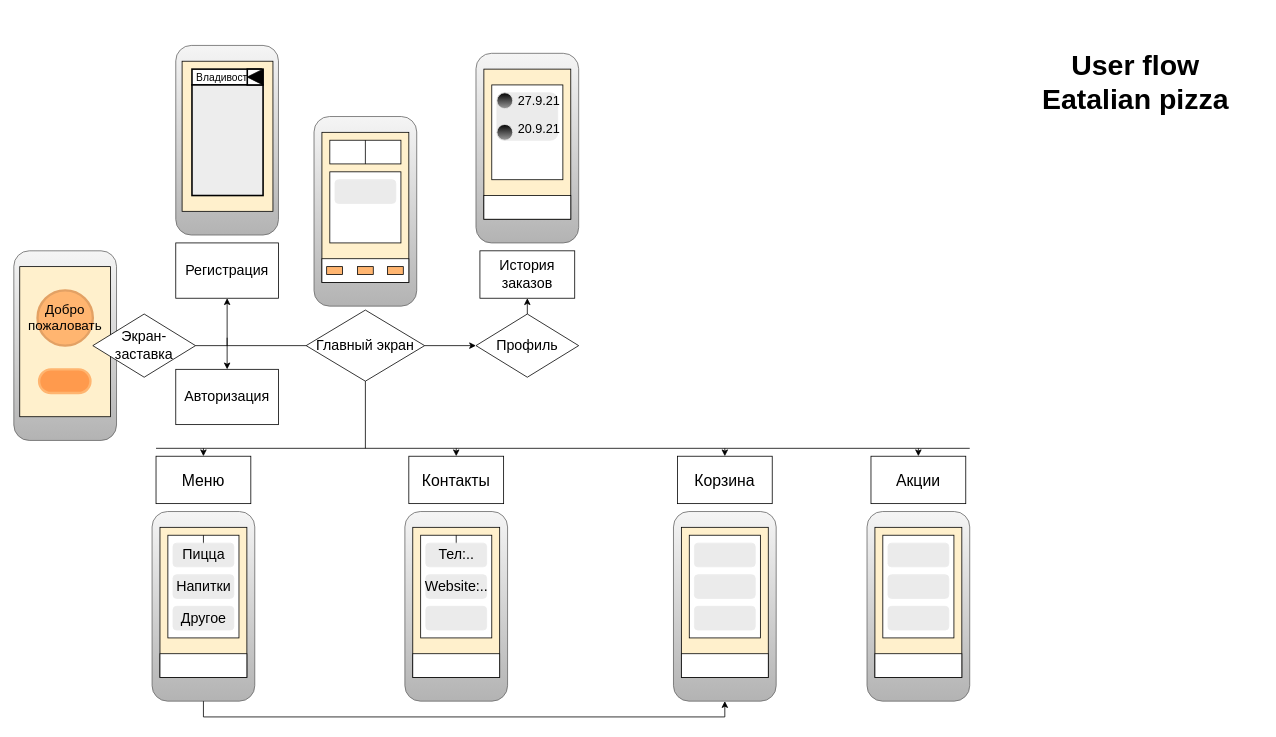
The draw.io diagram user flow.drawio in afnear/2project, before the edit. Source tidied: cells renumbered, new cells numbered last; positions are measured from the earlier drawing's top-left corner, leaving out a move shared by most shapes. Both pictures are drawn from the tidied source at 79%, with x=0, y=0 at pixel (13, 37).
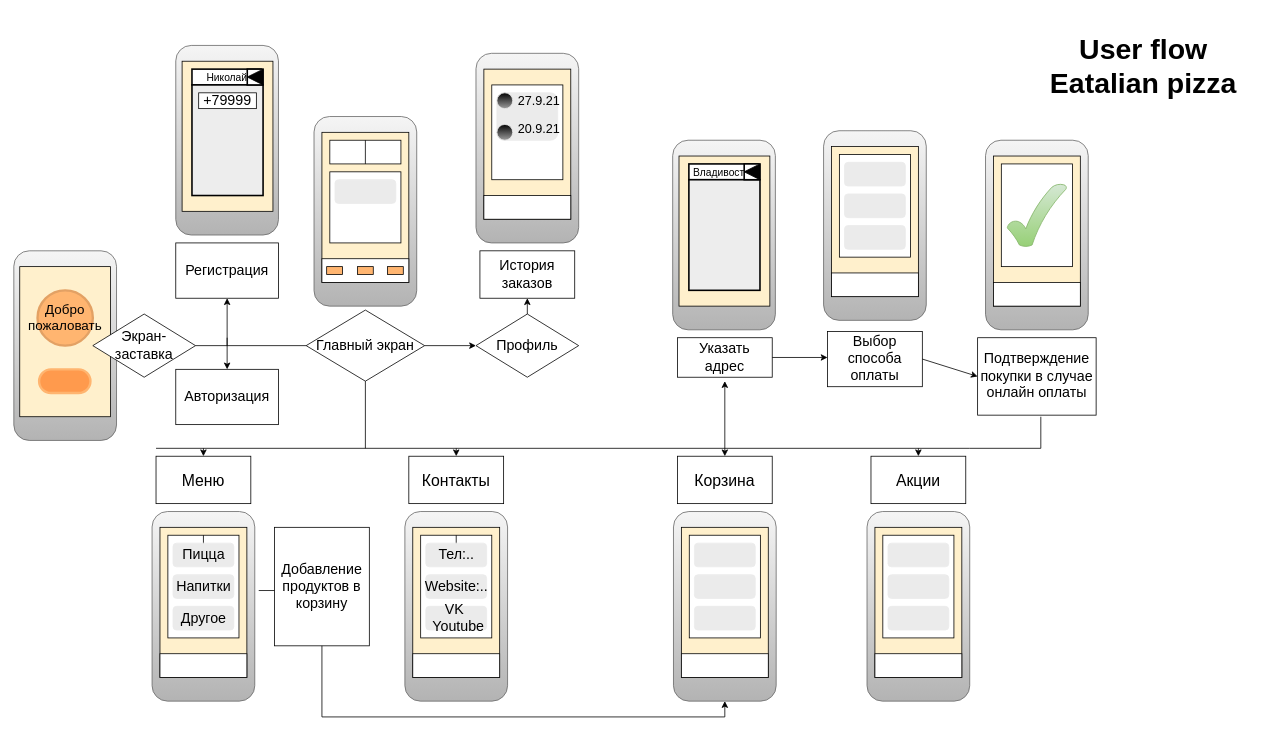
The same page after the edit.

The change refers to these unchanged cells:
```xml
<mxCell id="51" style="rounded=1;whiteSpace=wrap;html=1;fontSize=18;fillColor=#f5f5f5;gradientColor=#b3b3b3;strokeColor=#666666;" parent="50" vertex="1">
  <mxGeometry width="130" height="240" as="geometry" />
</mxCell>
<mxCell id="59" style="group;" parent="1" vertex="1">
  <mxGeometry x="495" y="600" width="130" height="240" as="geometry" />
</mxCell>
<mxCell id="89" style="group;" parent="1" vertex="1">
  <mxGeometry x="1080" y="600" width="130" height="240" as="geometry" />
</mxCell>
```

What changed in the source:
```diff
@@
     <mxCell id="2" style="group;" parent="1" vertex="1">
-      <mxGeometry x="205" y="10" width="130" height="320" as="geometry" />
+      <mxGeometry x="205" y="10" width="140.5" height="320" as="geometry" />
     </mxCell>
@@
-    <mxCell id="4" style="group;" parent="2" vertex="1">
-      <mxGeometry width="130" height="240" as="geometry" />
-    </mxCell>
-    <mxCell id="5" style="rounded=1;whiteSpace=wrap;html=1;fontSize=18;fillColor=#f5f5f5;gradientColor=#b3b3b3;strokeColor=#666666;" parent="4" vertex="1">
-      <mxGeometry width="130" height="240" as="geometry" />
-    </mxCell>
-    <mxCell id="6" style="group;" parent="4" vertex="1">
-      <mxGeometry x="8" y="20" width="115" height="190" as="geometry" />
-    </mxCell>
-    <mxCell id="7" style="rounded=0;whiteSpace=wrap;html=1;fontSize=20;fillColor=#FFF0CC;" parent="6" vertex="1">
-      <mxGeometry width="115" height="190" as="geometry" />
-    </mxCell>
-    <mxCell id="8" style="edgeStyle=orthogonalEdgeStyle;rounded=0;jettySize=auto;html=1;fontSize=18;" parent="6" edge="1" source="9" target="10">
-      <mxGeometry relative="1" as="geometry" />
-    </mxCell>
-    <mxCell id="9" value="&lt;font style=&quot;font-size: 13px&quot;&gt;Владивосток&lt;/font&gt;" style="rounded=0;whiteSpace=wrap;html=1;fontSize=18;strokeWidth=2;align=center;" parent="6" vertex="1">
-      <mxGeometry x="12.5" y="10" width="87.5" height="20" as="geometry" />
-    </mxCell>
-    <mxCell id="10" style="rounded=0;whiteSpace=wrap;html=1;fontSize=20;strokeWidth=2;align=center;fillColor=#EDEDED;" parent="6" vertex="1">
-      <mxGeometry x="12.5" y="30" width="90" height="140" as="geometry" />
-    </mxCell>
-    <mxCell id="11" style="rounded=0;whiteSpace=wrap;html=1;fontSize=18;strokeWidth=2;align=center;" parent="6" vertex="1">
-      <mxGeometry x="82.5" y="10" width="20" height="20" as="geometry" />
-    </mxCell>
-    <mxCell id="12" style="triangle;whiteSpace=wrap;html=1;rounded=0;fontSize=18;strokeWidth=1;align=center;rotation=-180;fillColor=#030303;" parent="6" vertex="1">
-      <mxGeometry x="82.5" y="10" width="20" height="20" as="geometry" />
-    </mxCell>
+    <mxCell id="99" style="group;" parent="2" vertex="1">
+      <mxGeometry width="140.5" height="240" as="geometry" />
+    </mxCell>
+    <mxCell id="100" style="rounded=1;whiteSpace=wrap;html=1;fontSize=18;fillColor=#f5f5f5;gradientColor=#b3b3b3;strokeColor=#666666;" parent="99" vertex="1">
+      <mxGeometry width="130" height="240" as="geometry" />
+    </mxCell>
+    <mxCell id="101" style="group;" parent="99" vertex="1">
+      <mxGeometry x="8" y="20" width="132.5" height="190" as="geometry" />
+    </mxCell>
+    <mxCell id="102" style="rounded=0;whiteSpace=wrap;html=1;fontSize=20;fillColor=#FFF0CC;" parent="101" vertex="1">
+      <mxGeometry width="115" height="190" as="geometry" />
+    </mxCell>
+    <mxCell id="103" style="edgeStyle=orthogonalEdgeStyle;rounded=0;jettySize=auto;html=1;fontSize=18;" parent="101" edge="1" source="104" target="105">
+      <mxGeometry relative="1" as="geometry" />
+    </mxCell>
+    <mxCell id="104" value="&lt;span style=&quot;font-size: 13px&quot;&gt;Николай&lt;/span&gt;" style="rounded=0;whiteSpace=wrap;html=1;fontSize=18;strokeWidth=2;align=center;" parent="101" vertex="1">
+      <mxGeometry x="12.5" y="10" width="87.5" height="20" as="geometry" />
+    </mxCell>
+    <mxCell id="105" style="rounded=0;whiteSpace=wrap;html=1;fontSize=20;strokeWidth=2;align=center;fillColor=#EDEDED;" parent="101" vertex="1">
+      <mxGeometry x="12.5" y="30" width="90" height="140" as="geometry" />
+    </mxCell>
+    <mxCell id="106" style="rounded=0;whiteSpace=wrap;html=1;fontSize=18;strokeWidth=2;align=center;" parent="101" vertex="1">
+      <mxGeometry x="82.5" y="10" width="20" height="20" as="geometry" />
+    </mxCell>
+    <mxCell id="107" style="triangle;whiteSpace=wrap;html=1;rounded=0;fontSize=18;strokeWidth=1;align=center;rotation=-180;fillColor=#030303;" parent="101" vertex="1">
+      <mxGeometry x="82.5" y="10" width="20" height="20" as="geometry" />
+    </mxCell>
+    <mxCell id="108" value="+79999" style="rounded=0;whiteSpace=wrap;html=1;fontSize=18;strokeWidth=1;align=center;" parent="101" vertex="1">
+      <mxGeometry x="21" y="40" width="73" height="20" as="geometry" />
+    </mxCell>
     <mxCell id="13" value="&lt;h1&gt;User flow Eatalian pizza&lt;/h1&gt;" style="text;html=1;strokeColor=none;fillColor=none;spacing=5;spacingTop=-20;whiteSpace=wrap;overflow=hidden;rounded=0;fontSize=18;align=center;" parent="1" vertex="1">
-      <mxGeometry x="1270" width="300" height="120" as="geometry" />
+      <mxGeometry x="1280" y="-20" width="300" height="120" as="geometry" />
     </mxCell>
@@
-    <mxCell id="67" style="rounded=1;whiteSpace=wrap;html=1;fontSize=18;strokeWidth=1;align=center;fillColor=#EBEBEB;strokeColor=#EBEBEB;" parent="59" vertex="1">
+    <mxCell id="67" value="VK&amp;nbsp; &amp;nbsp;Youtube" style="rounded=1;whiteSpace=wrap;html=1;fontSize=18;strokeWidth=1;align=center;fillColor=#EBEBEB;strokeColor=#EBEBEB;" parent="59" vertex="1">
       <mxGeometry x="26.5" y="120" width="77" height="30" as="geometry" />
     </mxCell>
@@
-    <mxCell id="86" style="endArrow=none;html=1;rounded=0;fontSize=16;entryX=0.5;entryY=1;entryDx=0;entryDy=0;" parent="1" edge="1" target="51">
-      <mxGeometry relative="1" as="geometry">
-        <mxPoint x="240" y="860" as="sourcePoint" />
-      </mxGeometry>
-    </mxCell>
     <mxCell id="87" style="endArrow=none;html=1;rounded=0;fontSize=16;" parent="1" edge="1">
       <mxGeometry relative="1" as="geometry">
-        <mxPoint x="240" y="860" as="sourcePoint" />
+        <mxPoint x="390" y="860" as="sourcePoint" />
         <mxPoint x="900" y="860" as="targetPoint" />
       </mxGeometry>
     </mxCell>
@@
+    <mxCell id="109" style="group;" parent="89" vertex="1">
+      <mxGeometry x="10" y="20" width="110" height="190" as="geometry" />
+    </mxCell>
-    <mxCell id="91" style="rounded=0;whiteSpace=wrap;html=1;fontSize=20;strokeWidth=1;align=center;fillColor=#FFF0CC;" parent="89" vertex="1">
-      <mxGeometry x="10" y="20" width="110" height="190" as="geometry" />
+    <mxCell id="91" style="rounded=0;whiteSpace=wrap;html=1;fontSize=20;strokeWidth=1;align=center;fillColor=#FFF0CC;" parent="109" vertex="1">
+      <mxGeometry width="110" height="190" as="geometry" />
     </mxCell>
-    <mxCell id="92" style="rounded=0;whiteSpace=wrap;html=1;fontSize=20;strokeWidth=1;align=center;" parent="89" vertex="1">
-      <mxGeometry x="10" y="180" width="110" height="30" as="geometry" />
+    <mxCell id="92" style="rounded=0;whiteSpace=wrap;html=1;fontSize=20;strokeWidth=1;align=center;" parent="109" vertex="1">
+      <mxGeometry y="160" width="110" height="30" as="geometry" />
     </mxCell>
-    <mxCell id="93" style="rounded=0;whiteSpace=wrap;html=1;fontSize=18;strokeWidth=1;align=center;" parent="89" vertex="1">
-      <mxGeometry x="20" y="30" width="90" height="130" as="geometry" />
+    <mxCell id="93" style="rounded=0;whiteSpace=wrap;html=1;fontSize=18;strokeWidth=1;align=center;" parent="109" vertex="1">
+      <mxGeometry x="10" y="10" width="90" height="130" as="geometry" />
     </mxCell>
-    <mxCell id="94" style="rounded=1;whiteSpace=wrap;html=1;fontSize=18;strokeWidth=1;align=center;fillColor=#EBEBEB;strokeColor=#EBEBEB;" parent="89" vertex="1">
-      <mxGeometry x="26.5" y="40" width="77" height="30" as="geometry" />
+    <mxCell id="94" style="rounded=1;whiteSpace=wrap;html=1;fontSize=18;strokeWidth=1;align=center;fillColor=#EBEBEB;strokeColor=#EBEBEB;" parent="109" vertex="1">
+      <mxGeometry x="16.5" y="20" width="77" height="30" as="geometry" />
     </mxCell>
-    <mxCell id="95" style="rounded=1;whiteSpace=wrap;html=1;fontSize=18;strokeWidth=1;align=center;fillColor=#EBEBEB;strokeColor=#EBEBEB;" parent="89" vertex="1">
-      <mxGeometry x="26.5" y="80" width="77" height="30" as="geometry" />
+    <mxCell id="95" style="rounded=1;whiteSpace=wrap;html=1;fontSize=18;strokeWidth=1;align=center;fillColor=#EBEBEB;strokeColor=#EBEBEB;" parent="109" vertex="1">
+      <mxGeometry x="16.5" y="60" width="77" height="30" as="geometry" />
     </mxCell>
-    <mxCell id="96" style="rounded=1;whiteSpace=wrap;html=1;fontSize=18;strokeWidth=1;align=center;fillColor=#EBEBEB;strokeColor=#EBEBEB;" parent="89" vertex="1">
-      <mxGeometry x="26.5" y="120" width="77" height="30" as="geometry" />
+    <mxCell id="96" style="rounded=1;whiteSpace=wrap;html=1;fontSize=18;strokeWidth=1;align=center;fillColor=#EBEBEB;strokeColor=#EBEBEB;" parent="109" vertex="1">
+      <mxGeometry x="16.5" y="100" width="77" height="30" as="geometry" />
     </mxCell>
@@
+    <mxCell id="110" style="endArrow=none;html=1;rounded=0;fontSize=16;" parent="1" edge="1">
+      <mxGeometry relative="1" as="geometry">
+        <mxPoint x="310" y="700" as="sourcePoint" />
+        <mxPoint x="340" y="700" as="targetPoint" />
+      </mxGeometry>
+    </mxCell>
+    <mxCell id="111" value="Добавление продуктов в корзину" style="rounded=0;whiteSpace=wrap;html=1;fontSize=18;strokeWidth=1;align=center;" parent="1" vertex="1">
+      <mxGeometry x="330" y="620" width="120" height="150" as="geometry" />
+    </mxCell>
+    <mxCell id="112" style="endArrow=classic;html=1;rounded=0;fontSize=18;" parent="1" edge="1">
+      <mxGeometry relative="1" as="geometry">
+        <mxPoint x="900" y="520" as="sourcePoint" />
+        <mxPoint x="900" y="435" as="targetPoint" />
+      </mxGeometry>
+    </mxCell>
+    <mxCell id="113" style="endArrow=none;html=1;rounded=0;fontSize=18;entryX=0.5;entryY=1;entryDx=0;entryDy=0;" parent="1" edge="1" target="111">
+      <mxGeometry relative="1" as="geometry">
+        <mxPoint x="390" y="860" as="sourcePoint" />
+      </mxGeometry>
+    </mxCell>
+    <mxCell id="114" value="Указать адрес" style="rounded=0;whiteSpace=wrap;html=1;fontSize=18;strokeWidth=1;align=center;" parent="1" vertex="1">
+      <mxGeometry x="840" y="380" width="120" height="50" as="geometry" />
+    </mxCell>
+    <mxCell id="115" style="group;" parent="1" vertex="1">
+      <mxGeometry x="834" y="130" width="130" height="240" as="geometry" />
+    </mxCell>
+    <mxCell id="116" style="rounded=1;whiteSpace=wrap;html=1;fontSize=18;fillColor=#f5f5f5;gradientColor=#b3b3b3;strokeColor=#666666;" parent="115" vertex="1">
+      <mxGeometry width="130" height="240" as="geometry" />
+    </mxCell>
+    <mxCell id="6" style="group;" parent="115" vertex="1">
+      <mxGeometry x="8" y="20" width="115" height="190" as="geometry" />
+    </mxCell>
+    <mxCell id="117" style="rounded=0;whiteSpace=wrap;html=1;fontSize=20;fillColor=#FFF0CC;" parent="6" vertex="1">
+      <mxGeometry width="115" height="190" as="geometry" />
+    </mxCell>
+    <mxCell id="118" style="edgeStyle=orthogonalEdgeStyle;rounded=0;jettySize=auto;html=1;fontSize=18;" parent="6" edge="1" source="9" target="119">
+      <mxGeometry relative="1" as="geometry" />
+    </mxCell>
+    <mxCell id="9" value="&lt;font style=&quot;font-size: 13px&quot;&gt;Владивосток&lt;/font&gt;" style="rounded=0;whiteSpace=wrap;html=1;fontSize=18;strokeWidth=2;align=center;" parent="6" vertex="1">
+      <mxGeometry x="12.5" y="10" width="87.5" height="20" as="geometry" />
+    </mxCell>
+    <mxCell id="119" style="rounded=0;whiteSpace=wrap;html=1;fontSize=20;strokeWidth=2;align=center;fillColor=#EDEDED;" parent="6" vertex="1">
+      <mxGeometry x="12.5" y="30" width="90" height="140" as="geometry" />
+    </mxCell>
+    <mxCell id="120" style="rounded=0;whiteSpace=wrap;html=1;fontSize=18;strokeWidth=2;align=center;" parent="6" vertex="1">
+      <mxGeometry x="82.5" y="10" width="20" height="20" as="geometry" />
+    </mxCell>
+    <mxCell id="121" style="triangle;whiteSpace=wrap;html=1;rounded=0;fontSize=18;strokeWidth=1;align=center;rotation=-180;fillColor=#030303;" parent="6" vertex="1">
+      <mxGeometry x="82.5" y="10" width="20" height="20" as="geometry" />
+    </mxCell>
+    <mxCell id="122" style="endArrow=classic;html=1;rounded=0;fontSize=18;exitX=1;exitY=0.5;exitDx=0;exitDy=0;" parent="1" edge="1" source="114">
+      <mxGeometry relative="1" as="geometry">
+        <mxPoint x="1030" y="405" as="targetPoint" />
+      </mxGeometry>
+    </mxCell>
+    <mxCell id="123" value="Выбор способа оплаты" style="rounded=0;whiteSpace=wrap;html=1;fontSize=18;strokeWidth=1;align=center;" parent="1" vertex="1">
+      <mxGeometry x="1030" y="372" width="120" height="70" as="geometry" />
+    </mxCell>
+    <mxCell id="124" style="endArrow=classic;html=1;rounded=0;fontSize=18;exitX=1;exitY=0.5;exitDx=0;exitDy=0;entryX=0;entryY=0.5;entryDx=0;entryDy=0;" parent="1" edge="1" source="123" target="125">
+      <mxGeometry relative="1" as="geometry" />
+    </mxCell>
+    <mxCell id="125" value="Подтверждение покупки в случае онлайн оплаты" style="rounded=0;whiteSpace=wrap;html=1;fontSize=18;strokeWidth=1;align=center;" parent="1" vertex="1">
+      <mxGeometry x="1220" y="380" width="150" height="98" as="geometry" />
+    </mxCell>
+    <mxCell id="126" style="group;" parent="1" vertex="1">
+      <mxGeometry x="1025" y="118" width="130" height="240" as="geometry" />
+    </mxCell>
+    <mxCell id="127" style="rounded=1;whiteSpace=wrap;html=1;fontSize=18;fillColor=#f5f5f5;gradientColor=#b3b3b3;strokeColor=#666666;" parent="126" vertex="1">
+      <mxGeometry width="130" height="240" as="geometry" />
+    </mxCell>
+    <mxCell id="128" style="group;" parent="126" vertex="1">
+      <mxGeometry x="10" y="20" width="110" height="190" as="geometry" />
+    </mxCell>
+    <mxCell id="129" style="rounded=0;whiteSpace=wrap;html=1;fontSize=20;strokeWidth=1;align=center;fillColor=#FFF0CC;" parent="128" vertex="1">
+      <mxGeometry width="110" height="190" as="geometry" />
+    </mxCell>
+    <mxCell id="130" style="rounded=0;whiteSpace=wrap;html=1;fontSize=20;strokeWidth=1;align=center;" parent="128" vertex="1">
+      <mxGeometry y="160" width="110" height="30" as="geometry" />
+    </mxCell>
+    <mxCell id="131" style="rounded=0;whiteSpace=wrap;html=1;fontSize=18;strokeWidth=1;align=center;" parent="128" vertex="1">
+      <mxGeometry x="10" y="10" width="90" height="130" as="geometry" />
+    </mxCell>
+    <mxCell id="132" style="rounded=1;whiteSpace=wrap;html=1;fontSize=18;strokeWidth=1;align=center;fillColor=#EBEBEB;strokeColor=#EBEBEB;" parent="128" vertex="1">
+      <mxGeometry x="16.5" y="20" width="77" height="30" as="geometry" />
+    </mxCell>
+    <mxCell id="133" style="rounded=1;whiteSpace=wrap;html=1;fontSize=18;strokeWidth=1;align=center;fillColor=#EBEBEB;strokeColor=#EBEBEB;" parent="128" vertex="1">
+      <mxGeometry x="16.5" y="60" width="77" height="30" as="geometry" />
+    </mxCell>
+    <mxCell id="134" style="rounded=1;whiteSpace=wrap;html=1;fontSize=18;strokeWidth=1;align=center;fillColor=#EBEBEB;strokeColor=#EBEBEB;" parent="128" vertex="1">
+      <mxGeometry x="16.5" y="100" width="77" height="30" as="geometry" />
+    </mxCell>
+    <mxCell id="135" style="group;" parent="1" vertex="1">
+      <mxGeometry x="1230" y="130" width="130" height="240" as="geometry" />
+    </mxCell>
+    <mxCell id="136" style="rounded=1;whiteSpace=wrap;html=1;fontSize=18;fillColor=#f5f5f5;gradientColor=#b3b3b3;strokeColor=#666666;" parent="135" vertex="1">
+      <mxGeometry width="130" height="240" as="geometry" />
+    </mxCell>
+    <mxCell id="137" style="group;" parent="135" vertex="1">
+      <mxGeometry x="10" y="20" width="110" height="190" as="geometry" />
+    </mxCell>
+    <mxCell id="138" style="rounded=0;whiteSpace=wrap;html=1;fontSize=20;strokeWidth=1;align=center;fillColor=#FFF0CC;" parent="137" vertex="1">
+      <mxGeometry width="110" height="190" as="geometry" />
+    </mxCell>
+    <mxCell id="139" style="rounded=0;whiteSpace=wrap;html=1;fontSize=20;strokeWidth=1;align=center;" parent="137" vertex="1">
+      <mxGeometry y="160" width="110" height="30" as="geometry" />
+    </mxCell>
+    <mxCell id="140" style="rounded=0;whiteSpace=wrap;html=1;fontSize=18;strokeWidth=1;align=center;" parent="137" vertex="1">
+      <mxGeometry x="10" y="10" width="90" height="130" as="geometry" />
+    </mxCell>
+    <mxCell id="141" style="verticalLabelPosition=bottom;verticalAlign=top;html=1;shape=mxgraph.basic.tick;rounded=0;fontSize=18;strokeColor=#82b366;strokeWidth=1;fillColor=#d5e8d4;gradientColor=#97d077;" parent="137" vertex="1">
+      <mxGeometry x="17.5" y="35" width="75" height="80" as="geometry" />
+    </mxCell>
+    <mxCell id="142" style="endArrow=none;html=1;rounded=0;fontSize=18;" parent="1" edge="1">
+      <mxGeometry relative="1" as="geometry">
+        <mxPoint x="1210" y="520" as="sourcePoint" />
+        <mxPoint x="1300" y="520" as="targetPoint" />
+      </mxGeometry>
+    </mxCell>
+    <mxCell id="143" style="endArrow=none;html=1;rounded=0;fontSize=18;" parent="1" edge="1">
+      <mxGeometry relative="1" as="geometry">
+        <mxPoint x="1300" y="520" as="sourcePoint" />
+        <mxPoint x="1300" y="480" as="targetPoint" />
+      </mxGeometry>
+    </mxCell>
```
